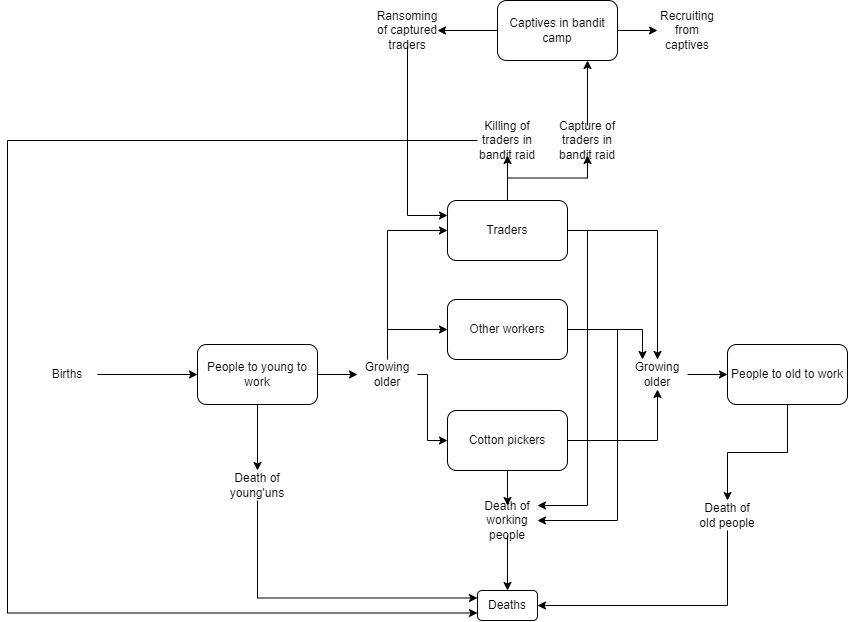
This is Flowchart/PeopleFlowCottonBog.drawio.png from FunkMarvel/Comp-4-SST, a draw.io export, as it was before one commit. Source tidied: cells renumbered, new cells last; positions are measured from the earlier drawing's top-left corner, leaving out a move shared by most shapes.
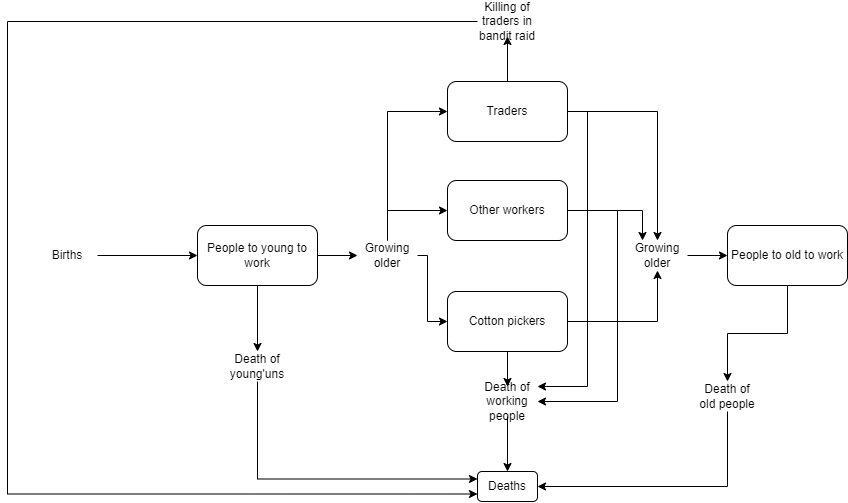
After the commit.

The edit, as a diff of the source:
```diff
@@ -112,9 +112,6 @@
     <mxCell id="29" style="edgeStyle=orthogonalEdgeStyle;rounded=0;jettySize=auto;html=1;" parent="1" edge="1" source="32" target="34">
       <mxGeometry relative="1" as="geometry" />
     </mxCell>
-    <mxCell id="30" style="edgeStyle=orthogonalEdgeStyle;rounded=0;jettySize=auto;html=1;" parent="1" edge="1" source="32" target="36">
-      <mxGeometry relative="1" as="geometry" />
-    </mxCell>
     <mxCell id="31" style="edgeStyle=orthogonalEdgeStyle;rounded=0;jettySize=auto;html=1;entryX=1;entryY=0;entryDx=0;entryDy=0;strokeColor=#000000;strokeWidth=1;" parent="1" edge="1" source="32" target="22">
       <mxGeometry relative="1" as="geometry">
         <Array as="points">
@@ -137,33 +134,5 @@
     <mxCell id="34" value="Killing of traders in bandit raid" style="text;html=1;strokeColor=none;fillColor=none;align=center;verticalAlign=middle;whiteSpace=wrap;rounded=0;" parent="1" vertex="1">
       <mxGeometry x="470" y="125" width="60" height="30" as="geometry" />
     </mxCell>
-    <mxCell id="35" style="edgeStyle=orthogonalEdgeStyle;rounded=0;jettySize=auto;html=1;entryX=0.75;entryY=1;entryDx=0;entryDy=0;" parent="1" edge="1" source="36" target="39">
-      <mxGeometry relative="1" as="geometry" />
-    </mxCell>
-    <mxCell id="36" value="Capture of traders in bandit raid" style="text;html=1;strokeColor=none;fillColor=none;align=center;verticalAlign=middle;whiteSpace=wrap;rounded=0;" parent="1" vertex="1">
-      <mxGeometry x="550" y="125" width="60" height="30" as="geometry" />
-    </mxCell>
-    <mxCell id="37" style="edgeStyle=orthogonalEdgeStyle;rounded=0;jettySize=auto;html=1;" parent="1" edge="1" source="39" target="41">
-      <mxGeometry relative="1" as="geometry" />
-    </mxCell>
-    <mxCell id="38" style="edgeStyle=orthogonalEdgeStyle;rounded=0;jettySize=auto;html=1;strokeColor=#000000;strokeWidth=1;" parent="1" edge="1" source="39" target="42">
-      <mxGeometry relative="1" as="geometry" />
-    </mxCell>
-    <mxCell id="39" value="Captives in bandit camp" style="rounded=1;whiteSpace=wrap;html=1;" parent="1" vertex="1">
-      <mxGeometry x="490" width="120" height="60" as="geometry" />
-    </mxCell>
-    <mxCell id="40" style="edgeStyle=orthogonalEdgeStyle;rounded=0;jettySize=auto;html=1;entryX=0;entryY=0.25;entryDx=0;entryDy=0;" parent="1" edge="1" source="41" target="32">
-      <mxGeometry relative="1" as="geometry">
-        <Array as="points">
-          <mxPoint x="400" y="215" />
-        </Array>
-      </mxGeometry>
-    </mxCell>
-    <mxCell id="41" value="Ransoming of captured traders" style="text;html=1;strokeColor=none;fillColor=none;align=center;verticalAlign=middle;whiteSpace=wrap;rounded=0;" parent="1" vertex="1">
-      <mxGeometry x="370" y="15" width="60" height="30" as="geometry" />
-    </mxCell>
-    <mxCell id="42" value="Recruiting from captives" style="text;html=1;strokeColor=none;fillColor=none;align=center;verticalAlign=middle;whiteSpace=wrap;rounded=0;" parent="1" vertex="1">
-      <mxGeometry x="650" y="15" width="60" height="30" as="geometry" />
-    </mxCell>
   </root>
 </mxGraphModel>
```
